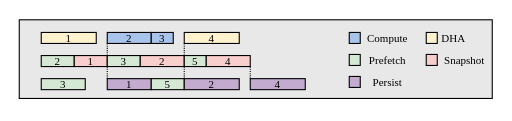
The draw.io diagram fig/pipeline3.drawio in icszhr/NCheck, before the edit. Source tidied: cells renumbered, new cells numbered last; positions are measured from the earlier drawing's top-left corner, leaving out a move shared by most shapes. Both pictures are drawn from the tidied source at 110%, with x=0, y=0 at pixel (19, 19).
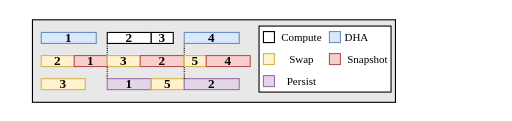
The same diagram, later.

The edit, as a diff of the source:
```diff
@@
     <mxCell id="2" style="rounded=0;whiteSpace=wrap;html=1;fontFamily=Times New Roman;fillColor=#E8E8E8;" parent="1" vertex="1">
-      <mxGeometry y="0.5" width="430" height="71.5" as="geometry" />
+      <mxGeometry x="12" y="0.5" width="330" height="75" as="geometry" />
     </mxCell>
+    <mxCell id="33" style="rounded=0;whiteSpace=wrap;html=1;" parent="1" vertex="1">
+      <mxGeometry x="218" y="6.2" width="120" height="60" as="geometry" />
+    </mxCell>
-    <mxCell id="3" value="&lt;p style=&quot;line-height: 100%; font-size: 10px;&quot;&gt;&lt;font style=&quot;font-size: 10px;&quot;&gt;1&lt;/font&gt;&lt;/p&gt;" style="whiteSpace=wrap;html=1;fillColor=#FFF2CC;fontSize=10;fillStyle=auto;strokeWidth=1;strokeColor=default;fontFamily=Times New Roman;" parent="1" vertex="1">
+    <mxCell id="3" value="1" style="whiteSpace=wrap;fillColor=#dae8fc;fontSize=12;fillStyle=auto;strokeWidth=1;strokeColor=#6c8ebf;fontFamily=Times New Roman;fontStyle=1;" parent="1" vertex="1">
       <mxGeometry x="20" y="12" width="50" height="10" as="geometry" />
     </mxCell>
-    <mxCell id="4" value="&lt;p style=&quot;line-height: 100%; font-size: 10px;&quot;&gt;&lt;font style=&quot;font-size: 10px;&quot;&gt;2&lt;/font&gt;&lt;/p&gt;" style="whiteSpace=wrap;html=1;fillColor=#A9C4EB;fontSize=10;fontFamily=Times New Roman;" parent="1" vertex="1">
+    <mxCell id="4" value="2" style="whiteSpace=wrap;fontSize=12;fontFamily=Times New Roman;fontStyle=1;" parent="1" vertex="1">
       <mxGeometry x="80" y="12" width="40" height="10" as="geometry" />
     </mxCell>
-    <mxCell id="5" style="edgeStyle=orthogonalEdgeStyle;rounded=0;jettySize=auto;html=1;exitX=0;exitY=1;exitDx=0;exitDy=0;entryX=0;entryY=0;entryDx=0;entryDy=0;dashed=1;endArrow=none;endFill=0;fontFamily=Times New Roman;dashPattern=1 1;" parent="1" edge="1" source="6" target="29">
+    <mxCell id="5" style="edgeStyle=orthogonalEdgeStyle;rounded=0;jettySize=auto;exitX=0;exitY=1;exitDx=0;exitDy=0;entryX=0;entryY=0;entryDx=0;entryDy=0;dashed=1;endArrow=none;endFill=0;fontFamily=Times New Roman;dashPattern=1 1;fontSize=12;fontStyle=1;" parent="1" edge="1" source="6" target="29">
       <mxGeometry relative="1" as="geometry" />
     </mxCell>
-    <mxCell id="6" value="&lt;p style=&quot;line-height: 100%; font-size: 10px;&quot;&gt;&lt;font style=&quot;font-size: 10px;&quot;&gt;4&lt;/font&gt;&lt;/p&gt;" style="whiteSpace=wrap;html=1;fillColor=#FFF2CC;fontSize=10;fontFamily=Times New Roman;" parent="1" vertex="1">
+    <mxCell id="6" value="4" style="whiteSpace=wrap;fillColor=#dae8fc;fontSize=12;fontFamily=Times New Roman;fontStyle=1;strokeColor=#6c8ebf;" parent="1" vertex="1">
       <mxGeometry x="150" y="12" width="50" height="10" as="geometry" />
     </mxCell>
-    <mxCell id="7" value="&lt;p style=&quot;line-height: 100%; font-size: 10px;&quot;&gt;&lt;font style=&quot;font-size: 10px;&quot;&gt;2&lt;/font&gt;&lt;/p&gt;" style="whiteSpace=wrap;html=1;fillColor=#D5E8D4;fontSize=10;fontFamily=Times New Roman;" parent="1" vertex="1">
+    <mxCell id="7" value="2" style="whiteSpace=wrap;fillColor=#fff2cc;fontSize=12;fontFamily=Times New Roman;fontStyle=1;strokeColor=#d6b656;" parent="1" vertex="1">
       <mxGeometry x="20" y="33" width="30" height="10" as="geometry" />
     </mxCell>
-    <mxCell id="8" style="edgeStyle=orthogonalEdgeStyle;rounded=0;jettySize=auto;html=1;exitX=1;exitY=0;exitDx=0;exitDy=0;entryX=0;entryY=1;entryDx=0;entryDy=0;endArrow=none;endFill=0;dashed=1;fontFamily=Times New Roman;dashPattern=1 1;" parent="1" edge="1" source="9" target="4">
+    <mxCell id="8" style="edgeStyle=orthogonalEdgeStyle;rounded=0;jettySize=auto;exitX=1;exitY=0;exitDx=0;exitDy=0;entryX=0;entryY=1;entryDx=0;entryDy=0;endArrow=none;endFill=0;dashed=1;fontFamily=Times New Roman;dashPattern=1 1;fontSize=12;fontStyle=1;" parent="1" edge="1" source="9" target="4">
       <mxGeometry relative="1" as="geometry" />
     </mxCell>
-    <mxCell id="9" value="1" style="whiteSpace=wrap;html=1;fillColor=#F8CECC;fontSize=10;fontFamily=Times New Roman;" parent="1" vertex="1">
+    <mxCell id="9" value="1" style="whiteSpace=wrap;fillColor=#f8cecc;fontSize=12;fontFamily=Times New Roman;fontStyle=1;strokeColor=#b85450;" parent="1" vertex="1">
       <mxGeometry x="50" y="33" width="30" height="10" as="geometry" />
     </mxCell>
-    <mxCell id="10" style="whiteSpace=wrap;html=1;fillColor=#A9C4EB;fontFamily=Times New Roman;" parent="1" vertex="1">
-      <mxGeometry x="300" y="12" width="10" height="10" as="geometry" />
+    <mxCell id="10" style="whiteSpace=wrap;html=1;fontFamily=Times New Roman;" parent="1" vertex="1">
+      <mxGeometry x="222" y="11.2" width="10" height="10" as="geometry" />
     </mxCell>
-    <mxCell id="11" style="whiteSpace=wrap;html=1;fillColor=#F8CECC;fontFamily=Times New Roman;" parent="1" vertex="1">
-      <mxGeometry x="370" y="32" width="10" height="10" as="geometry" />
+    <mxCell id="11" style="whiteSpace=wrap;html=1;fillColor=#f8cecc;fontFamily=Times New Roman;strokeColor=#b85450;" parent="1" vertex="1">
+      <mxGeometry x="282" y="31.2" width="10" height="10" as="geometry" />
     </mxCell>
-    <mxCell id="12" style="whiteSpace=wrap;html=1;fillColor=#D5E8D4;fontFamily=Times New Roman;" parent="1" vertex="1">
-      <mxGeometry x="300" y="32" width="10" height="10" as="geometry" />
+    <mxCell id="12" style="whiteSpace=wrap;html=1;fillColor=#fff2cc;fontFamily=Times New Roman;strokeColor=#d6b656;" parent="1" vertex="1">
+      <mxGeometry x="222" y="31.2" width="10" height="10" as="geometry" />
     </mxCell>
-    <mxCell id="13" style="whiteSpace=wrap;html=1;fillColor=#C3ABD0;fontFamily=Times New Roman;" parent="1" vertex="1">
-      <mxGeometry x="300" y="52" width="10" height="10" as="geometry" />
+    <mxCell id="13" style="whiteSpace=wrap;html=1;fillColor=#e1d5e7;fontFamily=Times New Roman;strokeColor=#9673a6;" parent="1" vertex="1">
+      <mxGeometry x="222" y="51.2" width="10" height="10" as="geometry" />
     </mxCell>
     <mxCell id="14" value="&lt;font style=&quot;font-size: 10px;&quot;&gt;Compute&lt;/font&gt;" style="text;html=1;align=center;verticalAlign=middle;whiteSpace=wrap;rounded=0;fontFamily=Times New Roman;" parent="1" vertex="1">
-      <mxGeometry x="310" y="12" width="50" height="10" as="geometry" />
+      <mxGeometry x="232" y="11.2" width="50" height="10" as="geometry" />
     </mxCell>
-    <mxCell id="15" value="&lt;font style=&quot;font-size: 10px;&quot;&gt;Prefetch&lt;/font&gt;" style="text;html=1;align=center;verticalAlign=middle;whiteSpace=wrap;rounded=0;fontFamily=Times New Roman;" parent="1" vertex="1">
-      <mxGeometry x="310" y="32" width="50" height="10" as="geometry" />
+    <mxCell id="15" value="&lt;font style=&quot;font-size: 10px;&quot;&gt;Swap&lt;/font&gt;" style="text;html=1;align=center;verticalAlign=middle;whiteSpace=wrap;rounded=0;fontFamily=Times New Roman;" parent="1" vertex="1">
+      <mxGeometry x="232" y="31.2" width="50" height="10" as="geometry" />
     </mxCell>
     <mxCell id="16" value="&lt;span style=&quot;font-size: 10px;&quot;&gt;Snapshot&lt;/span&gt;" style="text;html=1;align=center;verticalAlign=middle;whiteSpace=wrap;rounded=0;fontFamily=Times New Roman;" parent="1" vertex="1">
-      <mxGeometry x="380" y="32" width="50" height="10" as="geometry" />
+      <mxGeometry x="292" y="31.2" width="50" height="10" as="geometry" />
     </mxCell>
     <mxCell id="17" value="&lt;font style=&quot;font-size: 10px;&quot;&gt;Persist&lt;/font&gt;" style="text;html=1;align=center;verticalAlign=middle;whiteSpace=wrap;rounded=0;fontFamily=Times New Roman;" parent="1" vertex="1">
-      <mxGeometry x="310" y="52" width="50" height="10" as="geometry" />
+      <mxGeometry x="232" y="51.2" width="50" height="10" as="geometry" />
     </mxCell>
-    <mxCell id="18" value="&lt;p style=&quot;line-height: 100%; font-size: 10px;&quot;&gt;&lt;font style=&quot;font-size: 10px;&quot;&gt;3&lt;/font&gt;&lt;/p&gt;" style="whiteSpace=wrap;html=1;fillColor=#D5E8D4;fontSize=10;fontFamily=Times New Roman;" parent="1" vertex="1">
+    <mxCell id="18" value="3" style="whiteSpace=wrap;fillColor=#fff2cc;fontSize=12;fontFamily=Times New Roman;fontStyle=1;strokeColor=#d6b656;" parent="1" vertex="1">
       <mxGeometry x="80" y="33" width="30" height="10" as="geometry" />
     </mxCell>
-    <mxCell id="19" style="edgeStyle=orthogonalEdgeStyle;rounded=0;jettySize=auto;html=1;exitX=0;exitY=0;exitDx=0;exitDy=0;entryX=0;entryY=1;entryDx=0;entryDy=0;endArrow=none;endFill=0;dashed=1;fontFamily=Times New Roman;dashPattern=1 1;" parent="1" edge="1" source="20" target="18">
+    <mxCell id="19" style="edgeStyle=orthogonalEdgeStyle;rounded=0;jettySize=auto;exitX=0;exitY=0;exitDx=0;exitDy=0;entryX=0;entryY=1;entryDx=0;entryDy=0;endArrow=none;endFill=0;dashed=1;fontFamily=Times New Roman;dashPattern=1 1;fontSize=12;fontStyle=1;" parent="1" edge="1" source="20" target="18">
       <mxGeometry relative="1" as="geometry" />
     </mxCell>
-    <mxCell id="20" value="1" style="whiteSpace=wrap;html=1;fillColor=#C3ABD0;fontSize=10;fontFamily=Times New Roman;" parent="1" vertex="1">
+    <mxCell id="20" value="1" style="whiteSpace=wrap;fillColor=#e1d5e7;fontSize=12;fontFamily=Times New Roman;fontStyle=1;strokeColor=#9673a6;" parent="1" vertex="1">
       <mxGeometry x="80" y="54" width="40" height="10" as="geometry" />
     </mxCell>
-    <mxCell id="21" value="&lt;p style=&quot;line-height: 100%; font-size: 10px;&quot;&gt;&lt;font style=&quot;font-size: 10px;&quot;&gt;3&lt;/font&gt;&lt;/p&gt;" style="whiteSpace=wrap;html=1;fillColor=#A9C4EB;fontSize=10;fontFamily=Times New Roman;" parent="1" vertex="1">
+    <mxCell id="21" value="3" style="whiteSpace=wrap;fontSize=12;fontFamily=Times New Roman;fontStyle=1;" parent="1" vertex="1">
       <mxGeometry x="120" y="12" width="20" height="10" as="geometry" />
     </mxCell>
-    <mxCell id="22" value="&lt;p style=&quot;line-height: 100%; font-size: 10px;&quot;&gt;&lt;font style=&quot;font-size: 10px;&quot;&gt;2&lt;/font&gt;&lt;/p&gt;" style="whiteSpace=wrap;html=1;fillColor=#F8CECC;fontSize=10;fontFamily=Times New Roman;" parent="1" vertex="1">
+    <mxCell id="22" value="2" style="whiteSpace=wrap;fillColor=#f8cecc;fontSize=12;fontFamily=Times New Roman;fontStyle=1;strokeColor=#b85450;" parent="1" vertex="1">
       <mxGeometry x="110" y="33" width="40" height="10" as="geometry" />
     </mxCell>
-    <mxCell id="23" style="whiteSpace=wrap;html=1;fillColor=#FFF2CC;fontColor=#333333;strokeColor=#000000;fontFamily=Times New Roman;" parent="1" vertex="1">
-      <mxGeometry x="370" y="12" width="10" height="10" as="geometry" />
+    <mxCell id="23" style="whiteSpace=wrap;html=1;fillColor=#dae8fc;strokeColor=#6c8ebf;fontFamily=Times New Roman;" parent="1" vertex="1">
+      <mxGeometry x="282" y="11.2" width="10" height="10" as="geometry" />
     </mxCell>
     <mxCell id="24" value="&lt;font style=&quot;font-size: 10px;&quot;&gt;DHA&lt;/font&gt;" style="text;html=1;align=center;verticalAlign=middle;whiteSpace=wrap;rounded=0;fontFamily=Times New Roman;" parent="1" vertex="1">
-      <mxGeometry x="380" y="12" width="30" height="10" as="geometry" />
+      <mxGeometry x="292" y="11.2" width="30" height="10" as="geometry" />
     </mxCell>
-    <mxCell id="25" value="&lt;p style=&quot;line-height: 100%; font-size: 10px;&quot;&gt;&lt;font style=&quot;font-size: 10px;&quot;&gt;5&lt;/font&gt;&lt;/p&gt;" style="whiteSpace=wrap;html=1;fillColor=#D5E8D4;fontSize=10;fontFamily=Times New Roman;" parent="1" vertex="1">
+    <mxCell id="25" value="5" style="whiteSpace=wrap;fillColor=#fff2cc;fontSize=12;fontFamily=Times New Roman;fontStyle=1;strokeColor=#d6b656;" parent="1" vertex="1">
       <mxGeometry x="120" y="54" width="30" height="10" as="geometry" />
     </mxCell>
-    <mxCell id="26" value="&lt;p style=&quot;line-height: 100%; font-size: 10px;&quot;&gt;&lt;font style=&quot;font-size: 10px;&quot;&gt;3&lt;/font&gt;&lt;/p&gt;" style="whiteSpace=wrap;html=1;fillColor=#D5E8D4;fontSize=10;fontFamily=Times New Roman;" parent="1" vertex="1">
+    <mxCell id="26" value="3" style="whiteSpace=wrap;fillColor=#fff2cc;fontSize=12;fontFamily=Times New Roman;fontStyle=1;strokeColor=#d6b656;" parent="1" vertex="1">
       <mxGeometry x="20" y="54" width="40" height="10" as="geometry" />
     </mxCell>
-    <mxCell id="27" value="2" style="whiteSpace=wrap;html=1;fillColor=#C3ABD0;fontSize=10;fontFamily=Times New Roman;" parent="1" vertex="1">
+    <mxCell id="27" value="2" style="whiteSpace=wrap;fillColor=#e1d5e7;fontSize=12;fontFamily=Times New Roman;fontStyle=1;strokeColor=#9673a6;" parent="1" vertex="1">
       <mxGeometry x="150" y="54" width="50" height="10" as="geometry" />
     </mxCell>
-    <mxCell id="28" style="edgeStyle=orthogonalEdgeStyle;rounded=0;jettySize=auto;html=1;exitX=0;exitY=1;exitDx=0;exitDy=0;entryX=0;entryY=0;entryDx=0;entryDy=0;endArrow=none;endFill=0;dashed=1;fontFamily=Times New Roman;dashPattern=1 1;" parent="1" edge="1" source="29" target="27">
+    <mxCell id="28" style="edgeStyle=orthogonalEdgeStyle;rounded=0;jettySize=auto;exitX=0;exitY=1;exitDx=0;exitDy=0;entryX=0;entryY=0;entryDx=0;entryDy=0;endArrow=none;endFill=0;dashed=1;fontFamily=Times New Roman;dashPattern=1 1;fontSize=12;fontStyle=1;" parent="1" edge="1" source="29" target="27">
       <mxGeometry relative="1" as="geometry" />
     </mxCell>
-    <mxCell id="29" value="&lt;p style=&quot;line-height: 100%; font-size: 10px;&quot;&gt;&lt;font style=&quot;font-size: 10px;&quot;&gt;5&lt;/font&gt;&lt;/p&gt;" style="whiteSpace=wrap;html=1;fillColor=#D5E8D4;fontSize=10;fontFamily=Times New Roman;" parent="1" vertex="1">
+    <mxCell id="29" value="5" style="whiteSpace=wrap;fillColor=#fff2cc;fontSize=12;fontFamily=Times New Roman;fontStyle=1;strokeColor=#d6b656;" parent="1" vertex="1">
       <mxGeometry x="150" y="33" width="20" height="10" as="geometry" />
     </mxCell>
-    <mxCell id="30" style="edgeStyle=orthogonalEdgeStyle;rounded=0;jettySize=auto;html=1;exitX=1;exitY=1;exitDx=0;exitDy=0;entryX=0;entryY=0;entryDx=0;entryDy=0;dashed=1;endArrow=none;endFill=0;fontFamily=Times New Roman;dashPattern=1 1;" parent="1" edge="1" source="31" target="32">
-      <mxGeometry relative="1" as="geometry" />
-    </mxCell>
-    <mxCell id="31" value="&lt;p style=&quot;line-height: 100%; font-size: 10px;&quot;&gt;&lt;font style=&quot;font-size: 10px;&quot;&gt;4&lt;/font&gt;&lt;/p&gt;" style="whiteSpace=wrap;html=1;fillColor=#F8CECC;fontSize=10;fontFamily=Times New Roman;" parent="1" vertex="1">
+    <mxCell id="31" value="4" style="whiteSpace=wrap;fillColor=#f8cecc;fontSize=12;fontFamily=Times New Roman;fontStyle=1;strokeColor=#b85450;" parent="1" vertex="1">
       <mxGeometry x="170" y="33" width="40" height="10" as="geometry" />
     </mxCell>
-    <mxCell id="32" value="4" style="whiteSpace=wrap;html=1;fillColor=#C3ABD0;fontSize=10;fontFamily=Times New Roman;" parent="1" vertex="1">
-      <mxGeometry x="210" y="54" width="50" height="10" as="geometry" />
-    </mxCell>
```
